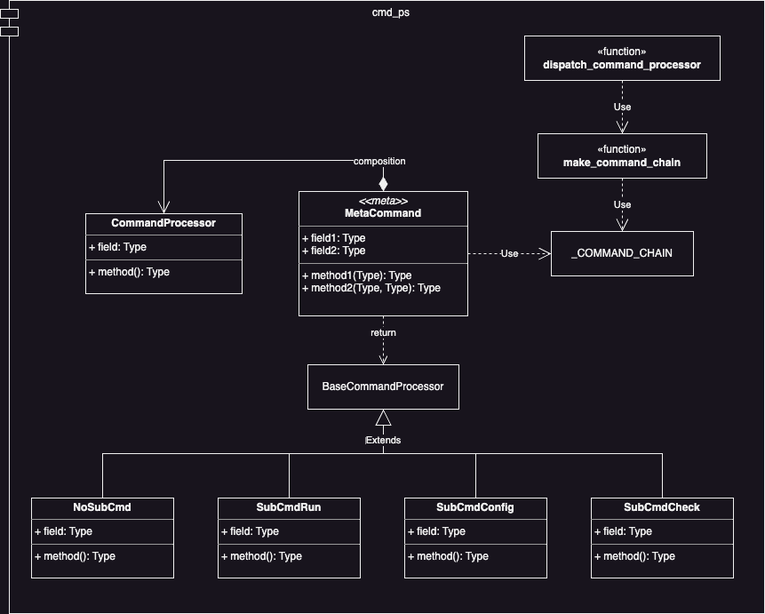
Before: docs/images/development/cmd_ps_software_architecture.drawio.png, a diagram exported from draw.io (Chisanan232/PyMock-Server). Source tidied: cells renumbered, new cells last; positions are measured from the earlier drawing's top-left corner, leaving out a move shared by most shapes. Source of this version:
```xml
<mxGraphModel>
  <root>
    <mxCell id="0" />
    <mxCell id="1" parent="0" />
    <mxCell id="2" value="cmd_ps" style="shape=module;align=left;spacingLeft=20;align=center;verticalAlign=top;whiteSpace=wrap;html=1;" parent="1" vertex="1">
      <mxGeometry width="860" height="690" as="geometry" />
    </mxCell>
    <mxCell id="3" value="&lt;p style=&quot;margin:0px;margin-top:4px;text-align:center;&quot;&gt;&lt;i&gt;&amp;lt;&amp;lt;meta&amp;gt;&amp;gt;&lt;/i&gt;&lt;br&gt;&lt;b&gt;MetaCommand&lt;/b&gt;&lt;/p&gt;&lt;hr size=&quot;1&quot;&gt;&lt;p style=&quot;margin:0px;margin-left:4px;&quot;&gt;+ field1: Type&lt;br&gt;+ field2: Type&lt;/p&gt;&lt;hr size=&quot;1&quot;&gt;&lt;p style=&quot;margin:0px;margin-left:4px;&quot;&gt;+ method1(Type): Type&lt;br&gt;+ method2(Type, Type): Type&lt;/p&gt;" style="verticalAlign=top;align=left;overflow=fill;fontSize=12;fontFamily=Helvetica;html=1;whiteSpace=wrap;" parent="1" vertex="1">
      <mxGeometry x="336" y="215" width="190" height="140" as="geometry" />
    </mxCell>
    <mxCell id="4" value="&lt;p style=&quot;margin:0px;margin-top:4px;text-align:center;&quot;&gt;&lt;b&gt;CommandProcessor&lt;/b&gt;&lt;/p&gt;&lt;hr size=&quot;1&quot;&gt;&lt;p style=&quot;margin:0px;margin-left:4px;&quot;&gt;+ field: Type&lt;/p&gt;&lt;hr size=&quot;1&quot;&gt;&lt;p style=&quot;margin:0px;margin-left:4px;&quot;&gt;+ method(): Type&lt;/p&gt;" style="verticalAlign=top;align=left;overflow=fill;fontSize=12;fontFamily=Helvetica;html=1;whiteSpace=wrap;" parent="1" vertex="1">
      <mxGeometry x="96" y="240" width="176" height="90" as="geometry" />
    </mxCell>
    <mxCell id="5" value="&lt;p style=&quot;margin:0px;margin-top:4px;text-align:center;&quot;&gt;&lt;b&gt;NoSubCmd&lt;/b&gt;&lt;/p&gt;&lt;hr size=&quot;1&quot;&gt;&lt;p style=&quot;margin:0px;margin-left:4px;&quot;&gt;+ field: Type&lt;/p&gt;&lt;hr size=&quot;1&quot;&gt;&lt;p style=&quot;margin:0px;margin-left:4px;&quot;&gt;+ method(): Type&lt;/p&gt;" style="verticalAlign=top;align=left;overflow=fill;fontSize=12;fontFamily=Helvetica;html=1;whiteSpace=wrap;" parent="1" vertex="1">
      <mxGeometry x="35" y="560" width="160" height="90" as="geometry" />
    </mxCell>
    <mxCell id="6" value="BaseCommandProcessor" style="html=1;whiteSpace=wrap;" parent="1" vertex="1">
      <mxGeometry x="346" y="410" width="170" height="50" as="geometry" />
    </mxCell>
    <mxCell id="7" value="&lt;p style=&quot;margin:0px;margin-top:4px;text-align:center;&quot;&gt;&lt;b&gt;SubCmdRun&lt;/b&gt;&lt;/p&gt;&lt;hr size=&quot;1&quot;&gt;&lt;p style=&quot;margin:0px;margin-left:4px;&quot;&gt;+ field: Type&lt;/p&gt;&lt;hr size=&quot;1&quot;&gt;&lt;p style=&quot;margin:0px;margin-left:4px;&quot;&gt;+ method(): Type&lt;/p&gt;" style="verticalAlign=top;align=left;overflow=fill;fontSize=12;fontFamily=Helvetica;html=1;whiteSpace=wrap;" parent="1" vertex="1">
      <mxGeometry x="245" y="560" width="160" height="90" as="geometry" />
    </mxCell>
    <mxCell id="8" value="&lt;p style=&quot;margin:0px;margin-top:4px;text-align:center;&quot;&gt;&lt;b&gt;SubCmdConfig&lt;/b&gt;&lt;/p&gt;&lt;hr size=&quot;1&quot;&gt;&lt;p style=&quot;margin:0px;margin-left:4px;&quot;&gt;+ field: Type&lt;/p&gt;&lt;hr size=&quot;1&quot;&gt;&lt;p style=&quot;margin:0px;margin-left:4px;&quot;&gt;+ method(): Type&lt;/p&gt;" style="verticalAlign=top;align=left;overflow=fill;fontSize=12;fontFamily=Helvetica;html=1;whiteSpace=wrap;" parent="1" vertex="1">
      <mxGeometry x="455" y="560" width="160" height="90" as="geometry" />
    </mxCell>
    <mxCell id="9" value="&lt;p style=&quot;margin:0px;margin-top:4px;text-align:center;&quot;&gt;&lt;b&gt;SubCmdCheck&lt;/b&gt;&lt;/p&gt;&lt;hr size=&quot;1&quot;&gt;&lt;p style=&quot;margin:0px;margin-left:4px;&quot;&gt;+ field: Type&lt;/p&gt;&lt;hr size=&quot;1&quot;&gt;&lt;p style=&quot;margin:0px;margin-left:4px;&quot;&gt;+ method(): Type&lt;/p&gt;" style="verticalAlign=top;align=left;overflow=fill;fontSize=12;fontFamily=Helvetica;html=1;whiteSpace=wrap;" parent="1" vertex="1">
      <mxGeometry x="665" y="560" width="160" height="90" as="geometry" />
    </mxCell>
    <mxCell id="10" value="composition" style="endArrow=open;html=1;endSize=12;startArrow=diamondThin;startSize=14;startFill=1;edgeStyle=orthogonalEdgeStyle;align=left;verticalAlign=bottom;rounded=0;exitX=0.5;exitY=0;exitDx=0;exitDy=0;entryX=0.5;entryY=0;entryDx=0;entryDy=0;" parent="1" edge="1" source="3" target="4">
      <mxGeometry x="-0.59" y="10" relative="1" as="geometry">
        <Array as="points">
          <mxPoint x="431" y="180" />
          <mxPoint x="184" y="180" />
        </Array>
      </mxGeometry>
    </mxCell>
    <mxCell id="11" value="return" style="html=1;verticalAlign=bottom;endArrow=open;dashed=1;endSize=8;edgeStyle=elbowEdgeStyle;elbow=vertical;curved=0;rounded=0;exitX=0.5;exitY=1;exitDx=0;exitDy=0;entryX=0.5;entryY=0;entryDx=0;entryDy=0;" parent="1" edge="1" source="3" target="6">
      <mxGeometry relative="1" as="geometry" />
    </mxCell>
    <mxCell id="12" value="Extends" style="endArrow=block;endSize=16;endFill=0;html=1;rounded=0;exitX=0.5;exitY=0;exitDx=0;exitDy=0;entryX=0.5;entryY=1;entryDx=0;entryDy=0;" parent="1" edge="1" source="5" target="6">
      <mxGeometry x="0.83" y="1" relative="1" as="geometry">
        <Array as="points">
          <mxPoint x="115" y="510" />
          <mxPoint x="431" y="510" />
        </Array>
      </mxGeometry>
    </mxCell>
    <mxCell id="13" value="Extends" style="endArrow=block;endSize=16;endFill=0;html=1;rounded=0;exitX=0.5;exitY=0;exitDx=0;exitDy=0;entryX=0.5;entryY=1;entryDx=0;entryDy=0;" parent="1" edge="1" source="7" target="6">
      <mxGeometry x="0.65" y="1" relative="1" as="geometry">
        <Array as="points">
          <mxPoint x="325" y="510" />
          <mxPoint x="431" y="510" />
        </Array>
      </mxGeometry>
    </mxCell>
    <mxCell id="14" value="Extends" style="endArrow=block;endSize=16;endFill=0;html=1;rounded=0;exitX=0.5;exitY=0;exitDx=0;exitDy=0;entryX=0.5;entryY=1;entryDx=0;entryDy=0;" parent="1" edge="1" source="8" target="6">
      <mxGeometry x="0.65" y="1" relative="1" as="geometry">
        <Array as="points">
          <mxPoint x="535" y="510" />
          <mxPoint x="431" y="510" />
        </Array>
      </mxGeometry>
    </mxCell>
    <mxCell id="15" value="Extends" style="endArrow=block;endSize=16;endFill=0;html=1;rounded=0;exitX=0.5;exitY=0;exitDx=0;exitDy=0;entryX=0.5;entryY=1;entryDx=0;entryDy=0;" parent="1" edge="1" source="9" target="6">
      <mxGeometry x="0.83" relative="1" as="geometry">
        <Array as="points">
          <mxPoint x="745" y="510" />
          <mxPoint x="431" y="510" />
        </Array>
      </mxGeometry>
    </mxCell>
    <mxCell id="16" value="_COMMAND_CHAIN" style="html=1;whiteSpace=wrap;" parent="1" vertex="1">
      <mxGeometry x="620" y="260" width="160" height="50" as="geometry" />
    </mxCell>
    <mxCell id="17" value="«function»&lt;br&gt;&lt;b&gt;dispatch_command_processor&lt;/b&gt;" style="html=1;whiteSpace=wrap;" parent="1" vertex="1">
      <mxGeometry x="590" y="40" width="220" height="50" as="geometry" />
    </mxCell>
    <mxCell id="18" value="«function»&lt;br&gt;&lt;b&gt;make_command_chain&lt;/b&gt;" style="html=1;whiteSpace=wrap;" parent="1" vertex="1">
      <mxGeometry x="605" y="150" width="190" height="50" as="geometry" />
    </mxCell>
    <mxCell id="19" value="Use" style="endArrow=open;endSize=12;dashed=1;html=1;rounded=0;exitX=1;exitY=0.5;exitDx=0;exitDy=0;entryX=0;entryY=0.5;entryDx=0;entryDy=0;" parent="1" edge="1" source="3" target="16">
      <mxGeometry relative="1" as="geometry" />
    </mxCell>
    <mxCell id="20" value="Use" style="endArrow=open;endSize=12;dashed=1;html=1;rounded=0;exitX=0.5;exitY=1;exitDx=0;exitDy=0;entryX=0.5;entryY=0;entryDx=0;entryDy=0;" parent="1" edge="1" source="18" target="16">
      <mxGeometry relative="1" as="geometry" />
    </mxCell>
    <mxCell id="21" value="Use" style="endArrow=open;endSize=12;dashed=1;html=1;rounded=0;exitX=0.5;exitY=1;exitDx=0;exitDy=0;entryX=0.5;entryY=0;entryDx=0;entryDy=0;" parent="1" edge="1" source="17" target="18">
      <mxGeometry relative="1" as="geometry" />
    </mxCell>
  </root>
</mxGraphModel>
```
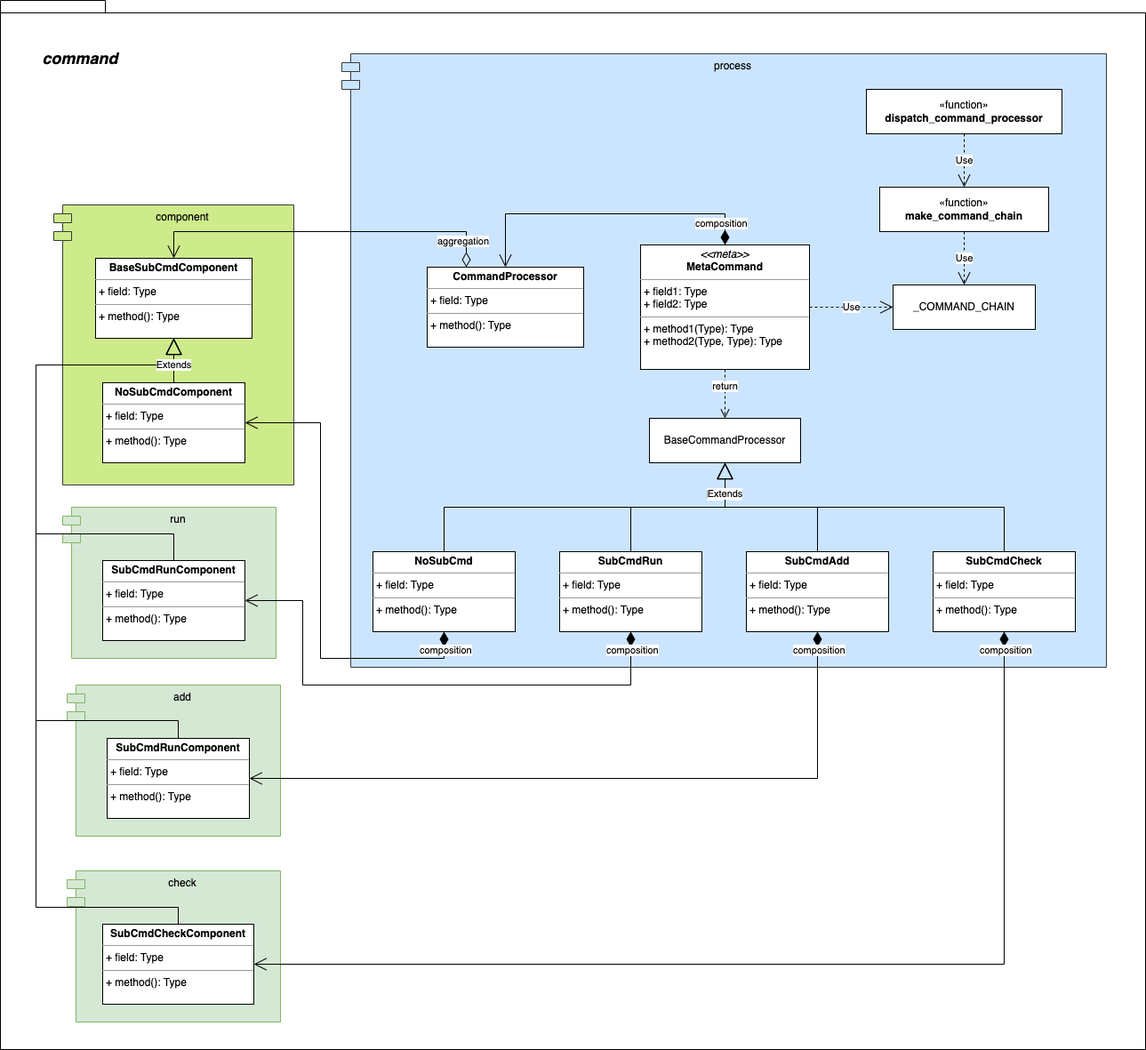
Above is the later version.

Commit message:
✒️  Update the image (about command line process) and its YAML format configuration with latest source code.

The edit, as a diff of the source:
```diff
@@ -2,7 +2,16 @@
   <root>
     <mxCell id="0" />
     <mxCell id="1" parent="0" />
+    <mxCell id="22" value="&lt;div style=&quot;&quot;&gt;&lt;br&gt;&lt;/div&gt;" style="shape=folder;fontStyle=1;spacingTop=10;tabWidth=40;tabHeight=14;tabPosition=left;html=1;whiteSpace=wrap;align=center;" parent="1" vertex="1">
+      <mxGeometry x="-384" y="-60" width="1288" height="1180" as="geometry" />
+    </mxCell>
+    <mxCell id="23" value="run" style="shape=module;align=left;spacingLeft=20;align=center;verticalAlign=top;whiteSpace=wrap;html=1;fillColor=#d5e8d4;strokeColor=#82b366;" parent="1" vertex="1">
+      <mxGeometry x="-314" y="510" width="240" height="170" as="geometry" />
+    </mxCell>
+    <mxCell id="24" value="component" style="shape=module;align=left;spacingLeft=20;align=center;verticalAlign=top;whiteSpace=wrap;html=1;fillColor=#cdeb8b;strokeColor=#36393d;" parent="1" vertex="1">
+      <mxGeometry x="-324" y="170" width="270" height="315" as="geometry" />
+    </mxCell>
-    <mxCell id="2" value="cmd_ps" style="shape=module;align=left;spacingLeft=20;align=center;verticalAlign=top;whiteSpace=wrap;html=1;" parent="1" vertex="1">
+    <mxCell id="2" value="process" style="shape=module;align=left;spacingLeft=20;align=center;verticalAlign=top;whiteSpace=wrap;html=1;fillColor=#cce5ff;strokeColor=#36393d;" parent="1" vertex="1">
       <mxGeometry width="860" height="690" as="geometry" />
     </mxCell>
     <mxCell id="3" value="&lt;p style=&quot;margin:0px;margin-top:4px;text-align:center;&quot;&gt;&lt;i&gt;&amp;lt;&amp;lt;meta&amp;gt;&amp;gt;&lt;/i&gt;&lt;br&gt;&lt;b&gt;MetaCommand&lt;/b&gt;&lt;/p&gt;&lt;hr size=&quot;1&quot;&gt;&lt;p style=&quot;margin:0px;margin-left:4px;&quot;&gt;+ field1: Type&lt;br&gt;+ field2: Type&lt;/p&gt;&lt;hr size=&quot;1&quot;&gt;&lt;p style=&quot;margin:0px;margin-left:4px;&quot;&gt;+ method1(Type): Type&lt;br&gt;+ method2(Type, Type): Type&lt;/p&gt;" style="verticalAlign=top;align=left;overflow=fill;fontSize=12;fontFamily=Helvetica;html=1;whiteSpace=wrap;" parent="1" vertex="1">
@@ -20,14 +29,14 @@
     <mxCell id="7" value="&lt;p style=&quot;margin:0px;margin-top:4px;text-align:center;&quot;&gt;&lt;b&gt;SubCmdRun&lt;/b&gt;&lt;/p&gt;&lt;hr size=&quot;1&quot;&gt;&lt;p style=&quot;margin:0px;margin-left:4px;&quot;&gt;+ field: Type&lt;/p&gt;&lt;hr size=&quot;1&quot;&gt;&lt;p style=&quot;margin:0px;margin-left:4px;&quot;&gt;+ method(): Type&lt;/p&gt;" style="verticalAlign=top;align=left;overflow=fill;fontSize=12;fontFamily=Helvetica;html=1;whiteSpace=wrap;" parent="1" vertex="1">
       <mxGeometry x="245" y="560" width="160" height="90" as="geometry" />
     </mxCell>
-    <mxCell id="8" value="&lt;p style=&quot;margin:0px;margin-top:4px;text-align:center;&quot;&gt;&lt;b&gt;SubCmdConfig&lt;/b&gt;&lt;/p&gt;&lt;hr size=&quot;1&quot;&gt;&lt;p style=&quot;margin:0px;margin-left:4px;&quot;&gt;+ field: Type&lt;/p&gt;&lt;hr size=&quot;1&quot;&gt;&lt;p style=&quot;margin:0px;margin-left:4px;&quot;&gt;+ method(): Type&lt;/p&gt;" style="verticalAlign=top;align=left;overflow=fill;fontSize=12;fontFamily=Helvetica;html=1;whiteSpace=wrap;" parent="1" vertex="1">
+    <mxCell id="8" value="&lt;p style=&quot;margin:0px;margin-top:4px;text-align:center;&quot;&gt;&lt;b&gt;SubCmdAdd&lt;/b&gt;&lt;/p&gt;&lt;hr size=&quot;1&quot;&gt;&lt;p style=&quot;margin:0px;margin-left:4px;&quot;&gt;+ field: Type&lt;/p&gt;&lt;hr size=&quot;1&quot;&gt;&lt;p style=&quot;margin:0px;margin-left:4px;&quot;&gt;+ method(): Type&lt;/p&gt;" style="verticalAlign=top;align=left;overflow=fill;fontSize=12;fontFamily=Helvetica;html=1;whiteSpace=wrap;" parent="1" vertex="1">
       <mxGeometry x="455" y="560" width="160" height="90" as="geometry" />
     </mxCell>
     <mxCell id="9" value="&lt;p style=&quot;margin:0px;margin-top:4px;text-align:center;&quot;&gt;&lt;b&gt;SubCmdCheck&lt;/b&gt;&lt;/p&gt;&lt;hr size=&quot;1&quot;&gt;&lt;p style=&quot;margin:0px;margin-left:4px;&quot;&gt;+ field: Type&lt;/p&gt;&lt;hr size=&quot;1&quot;&gt;&lt;p style=&quot;margin:0px;margin-left:4px;&quot;&gt;+ method(): Type&lt;/p&gt;" style="verticalAlign=top;align=left;overflow=fill;fontSize=12;fontFamily=Helvetica;html=1;whiteSpace=wrap;" parent="1" vertex="1">
       <mxGeometry x="665" y="560" width="160" height="90" as="geometry" />
     </mxCell>
     <mxCell id="10" value="composition" style="endArrow=open;html=1;endSize=12;startArrow=diamondThin;startSize=14;startFill=1;edgeStyle=orthogonalEdgeStyle;align=left;verticalAlign=bottom;rounded=0;exitX=0.5;exitY=0;exitDx=0;exitDy=0;entryX=0.5;entryY=0;entryDx=0;entryDy=0;" parent="1" edge="1" source="3" target="4">
-      <mxGeometry x="-0.59" y="10" relative="1" as="geometry">
+      <mxGeometry x="-0.59" y="20" relative="1" as="geometry">
         <Array as="points">
           <mxPoint x="431" y="180" />
           <mxPoint x="184" y="180" />
@@ -87,5 +96,102 @@
     <mxCell id="21" value="Use" style="endArrow=open;endSize=12;dashed=1;html=1;rounded=0;exitX=0.5;exitY=1;exitDx=0;exitDy=0;entryX=0.5;entryY=0;entryDx=0;entryDy=0;" parent="1" edge="1" source="17" target="18">
       <mxGeometry relative="1" as="geometry" />
     </mxCell>
+    <mxCell id="25" value="&lt;p style=&quot;margin:0px;margin-top:4px;text-align:center;&quot;&gt;&lt;b&gt;BaseSubCmdComponent&lt;/b&gt;&lt;/p&gt;&lt;hr size=&quot;1&quot;&gt;&lt;p style=&quot;margin:0px;margin-left:4px;&quot;&gt;+ field: Type&lt;/p&gt;&lt;hr size=&quot;1&quot;&gt;&lt;p style=&quot;margin:0px;margin-left:4px;&quot;&gt;+ method(): Type&lt;/p&gt;" style="verticalAlign=top;align=left;overflow=fill;fontSize=12;fontFamily=Helvetica;html=1;whiteSpace=wrap;" parent="1" vertex="1">
+      <mxGeometry x="-277" y="230" width="176" height="90" as="geometry" />
+    </mxCell>
+    <mxCell id="26" value="aggregation" style="endArrow=open;html=1;endSize=12;startArrow=diamondThin;startSize=14;startFill=0;edgeStyle=orthogonalEdgeStyle;align=left;verticalAlign=bottom;rounded=0;exitX=0.25;exitY=0;exitDx=0;exitDy=0;entryX=0.5;entryY=0;entryDx=0;entryDy=0;" parent="1" edge="1" source="4" target="25">
+      <mxGeometry x="-0.63" y="20" relative="1" as="geometry">
+        <Array as="points">
+          <mxPoint x="140" y="200" />
+          <mxPoint x="-189" y="200" />
+        </Array>
+      </mxGeometry>
+    </mxCell>
+    <mxCell id="27" value="&lt;p style=&quot;margin:0px;margin-top:4px;text-align:center;&quot;&gt;&lt;b&gt;NoSubCmdComponent&lt;/b&gt;&lt;/p&gt;&lt;hr size=&quot;1&quot;&gt;&lt;p style=&quot;margin:0px;margin-left:4px;&quot;&gt;+ field: Type&lt;/p&gt;&lt;hr size=&quot;1&quot;&gt;&lt;p style=&quot;margin:0px;margin-left:4px;&quot;&gt;+ method(): Type&lt;/p&gt;" style="verticalAlign=top;align=left;overflow=fill;fontSize=12;fontFamily=Helvetica;html=1;whiteSpace=wrap;" parent="1" vertex="1">
+      <mxGeometry x="-269" y="370" width="160" height="90" as="geometry" />
+    </mxCell>
+    <mxCell id="28" value="Extends" style="endArrow=block;endSize=16;endFill=0;html=1;rounded=0;exitX=0.5;exitY=0;exitDx=0;exitDy=0;entryX=0.5;entryY=1;entryDx=0;entryDy=0;" parent="1" edge="1" source="27" target="25">
+      <mxGeometry x="-0.2" relative="1" as="geometry" />
+    </mxCell>
+    <mxCell id="29" value="&lt;p style=&quot;margin:0px;margin-top:4px;text-align:center;&quot;&gt;&lt;b&gt;SubCmdRunComponent&lt;/b&gt;&lt;/p&gt;&lt;hr size=&quot;1&quot;&gt;&lt;p style=&quot;margin:0px;margin-left:4px;&quot;&gt;+ field: Type&lt;/p&gt;&lt;hr size=&quot;1&quot;&gt;&lt;p style=&quot;margin:0px;margin-left:4px;&quot;&gt;+ method(): Type&lt;/p&gt;" style="verticalAlign=top;align=left;overflow=fill;fontSize=12;fontFamily=Helvetica;html=1;whiteSpace=wrap;" parent="1" vertex="1">
+      <mxGeometry x="-269" y="570" width="160" height="90" as="geometry" />
+    </mxCell>
+    <mxCell id="30" value="add" style="shape=module;align=left;spacingLeft=20;align=center;verticalAlign=top;whiteSpace=wrap;html=1;fillColor=#d5e8d4;strokeColor=#82b366;" parent="1" vertex="1">
+      <mxGeometry x="-309" y="710" width="240" height="170" as="geometry" />
+    </mxCell>
+    <mxCell id="31" value="&lt;p style=&quot;margin:0px;margin-top:4px;text-align:center;&quot;&gt;&lt;b&gt;SubCmdRunComponent&lt;/b&gt;&lt;/p&gt;&lt;hr size=&quot;1&quot;&gt;&lt;p style=&quot;margin:0px;margin-left:4px;&quot;&gt;+ field: Type&lt;/p&gt;&lt;hr size=&quot;1&quot;&gt;&lt;p style=&quot;margin:0px;margin-left:4px;&quot;&gt;+ method(): Type&lt;/p&gt;" style="verticalAlign=top;align=left;overflow=fill;fontSize=12;fontFamily=Helvetica;html=1;whiteSpace=wrap;" parent="1" vertex="1">
+      <mxGeometry x="-264" y="770" width="160" height="90" as="geometry" />
+    </mxCell>
+    <mxCell id="32" value="check" style="shape=module;align=left;spacingLeft=20;align=center;verticalAlign=top;whiteSpace=wrap;html=1;fillColor=#d5e8d4;strokeColor=#82b366;" parent="1" vertex="1">
+      <mxGeometry x="-309" y="919" width="240" height="170" as="geometry" />
+    </mxCell>
+    <mxCell id="33" value="&lt;p style=&quot;margin:0px;margin-top:4px;text-align:center;&quot;&gt;&lt;b&gt;SubCmdCheckComponent&lt;/b&gt;&lt;/p&gt;&lt;hr size=&quot;1&quot;&gt;&lt;p style=&quot;margin:0px;margin-left:4px;&quot;&gt;+ field: Type&lt;/p&gt;&lt;hr size=&quot;1&quot;&gt;&lt;p style=&quot;margin:0px;margin-left:4px;&quot;&gt;+ method(): Type&lt;/p&gt;" style="verticalAlign=top;align=left;overflow=fill;fontSize=12;fontFamily=Helvetica;html=1;whiteSpace=wrap;" parent="1" vertex="1">
+      <mxGeometry x="-269" y="979" width="170" height="90" as="geometry" />
+    </mxCell>
+    <mxCell id="34" value="composition" style="endArrow=open;html=1;endSize=12;startArrow=diamondThin;startSize=14;startFill=1;edgeStyle=orthogonalEdgeStyle;align=left;verticalAlign=bottom;rounded=0;exitX=0.5;exitY=1;exitDx=0;exitDy=0;entryX=1;entryY=0.5;entryDx=0;entryDy=0;" parent="1" edge="1" source="7" target="29">
+      <mxGeometry x="-0.9" y="-29" relative="1" as="geometry">
+        <Array as="points">
+          <mxPoint x="325" y="710" />
+          <mxPoint x="-44" y="710" />
+          <mxPoint x="-44" y="615" />
+        </Array>
+      </mxGeometry>
+    </mxCell>
+    <mxCell id="35" value="composition" style="endArrow=open;html=1;endSize=12;startArrow=diamondThin;startSize=14;startFill=1;edgeStyle=orthogonalEdgeStyle;align=left;verticalAlign=bottom;rounded=0;exitX=0.5;exitY=1;exitDx=0;exitDy=0;entryX=1;entryY=0.5;entryDx=0;entryDy=0;" parent="1" edge="1" source="8" target="31">
+      <mxGeometry x="-0.93" y="-29" relative="1" as="geometry">
+        <Array as="points">
+          <mxPoint x="535" y="815" />
+        </Array>
+      </mxGeometry>
+    </mxCell>
+    <mxCell id="36" value="composition" style="endArrow=open;html=1;endSize=12;startArrow=diamondThin;startSize=14;startFill=1;edgeStyle=orthogonalEdgeStyle;align=left;verticalAlign=bottom;rounded=0;exitX=0.5;exitY=1;exitDx=0;exitDy=0;entryX=1;entryY=0.5;entryDx=0;entryDy=0;" parent="1" edge="1" source="9" target="33">
+      <mxGeometry x="-0.95" y="-29" relative="1" as="geometry">
+        <Array as="points">
+          <mxPoint x="745" y="1024" />
+        </Array>
+      </mxGeometry>
+    </mxCell>
+    <mxCell id="37" value="Extends" style="endArrow=block;endSize=16;endFill=0;html=1;rounded=0;exitX=0.5;exitY=0;exitDx=0;exitDy=0;entryX=0.5;entryY=1;entryDx=0;entryDy=0;" parent="1" edge="1" source="29" target="25">
+      <mxGeometry x="0.89" relative="1" as="geometry">
+        <Array as="points">
+          <mxPoint x="-189" y="540" />
+          <mxPoint x="-344" y="540" />
+          <mxPoint x="-344" y="350" />
+          <mxPoint x="-189" y="350" />
+        </Array>
+      </mxGeometry>
+    </mxCell>
+    <mxCell id="38" value="Extends" style="endArrow=block;endSize=16;endFill=0;html=1;rounded=0;exitX=0.5;exitY=0;exitDx=0;exitDy=0;entryX=0.5;entryY=1;entryDx=0;entryDy=0;" parent="1" edge="1" source="31" target="25">
+      <mxGeometry x="0.92" relative="1" as="geometry">
+        <Array as="points">
+          <mxPoint x="-184" y="750" />
+          <mxPoint x="-344" y="750" />
+          <mxPoint x="-344" y="350" />
+          <mxPoint x="-189" y="350" />
+        </Array>
+      </mxGeometry>
+    </mxCell>
+    <mxCell id="39" value="Extends" style="endArrow=block;endSize=16;endFill=0;html=1;rounded=0;exitX=0.5;exitY=0;exitDx=0;exitDy=0;entryX=0.5;entryY=1;entryDx=0;entryDy=0;" parent="1" edge="1" source="33" target="25">
+      <mxGeometry x="0.94" relative="1" as="geometry">
+        <Array as="points">
+          <mxPoint x="-184" y="960" />
+          <mxPoint x="-344" y="960" />
+          <mxPoint x="-344" y="350" />
+          <mxPoint x="-189" y="350" />
+        </Array>
+      </mxGeometry>
+    </mxCell>
+    <mxCell id="40" value="composition" style="endArrow=open;html=1;endSize=12;startArrow=diamondThin;startSize=14;startFill=1;edgeStyle=orthogonalEdgeStyle;align=left;verticalAlign=bottom;rounded=0;exitX=0.5;exitY=1;exitDx=0;exitDy=0;entryX=1;entryY=0.5;entryDx=0;entryDy=0;" parent="1" edge="1" source="5" target="27">
+      <mxGeometry x="-0.77" relative="1" as="geometry">
+        <Array as="points">
+          <mxPoint x="115" y="680" />
+          <mxPoint x="-24" y="680" />
+          <mxPoint x="-24" y="415" />
+        </Array>
+      </mxGeometry>
+    </mxCell>
+    <mxCell id="41" value="&lt;i style=&quot;font-weight: 700;&quot;&gt;&lt;font style=&quot;font-size: 18px;&quot;&gt;command&lt;/font&gt;&lt;/i&gt;" style="text;html=1;strokeColor=none;fillColor=none;align=center;verticalAlign=middle;whiteSpace=wrap;rounded=0;" parent="1" vertex="1">
+      <mxGeometry x="-324" y="-10" width="60" height="30" as="geometry" />
+    </mxCell>
   </root>
 </mxGraphModel>
```
